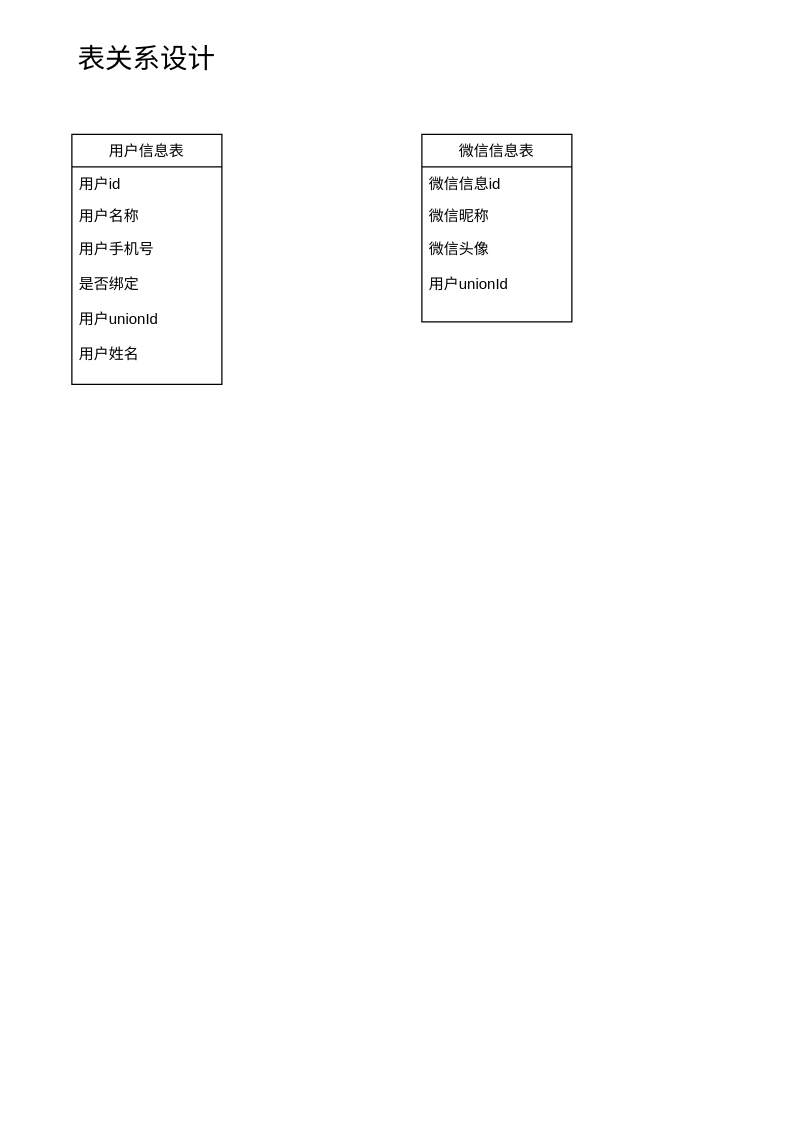
The draw.io diagram Untitled Diagram.drawio in chenrushui/draw, before the edit. Source tidied: cells renumbered, new cells numbered last; positions are measured from the earlier drawing's top-left corner, leaving out a move shared by most shapes. Both pictures are drawn from the tidied source at 125%, with x=0, y=0 at pixel (46, 21).
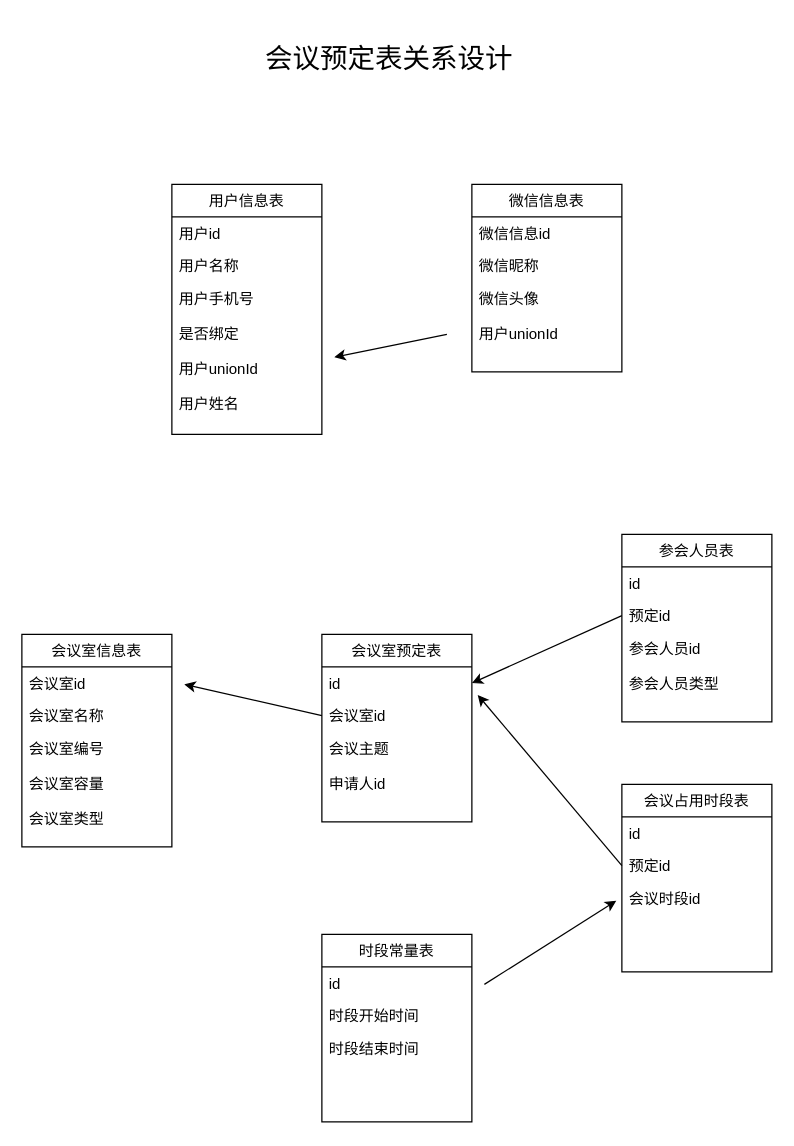
Above is the later version.

Commit message:
表关系设计.drawio

Change to the diagram source:
```diff
@@
-    <mxCell id="2" value="&lt;font style=&quot;font-size: 22px&quot;&gt;表关系设计&lt;/font&gt;" style="text;html=1;strokeColor=none;fillColor=none;align=center;verticalAlign=middle;whiteSpace=wrap;rounded=0;" parent="1" vertex="1">
-      <mxGeometry width="160" height="60" as="geometry" />
+    <mxCell id="2" value="&lt;font style=&quot;font-size: 22px&quot;&gt;会议预定表关系设计&lt;/font&gt;" style="text;html=1;strokeColor=none;fillColor=none;align=center;verticalAlign=middle;whiteSpace=wrap;rounded=0;" parent="1" vertex="1">
+      <mxGeometry x="169" width="210" height="60" as="geometry" />
     </mxCell>
+    <mxCell id="11" style="endArrow=classic;html=1;entryX=1.018;entryY=0.575;entryDx=0;entryDy=0;entryPerimeter=0;" parent="1" edge="1">
+      <mxGeometry relative="1" as="geometry">
+        <mxPoint x="320" y="250" as="sourcePoint" />
+        <mxPoint x="230" y="268.2" as="targetPoint" />
+      </mxGeometry>
+    </mxCell>
+    <mxCell id="12" style="endArrow=classic;html=1;exitX=0;exitY=0.5;exitDx=0;exitDy=0;" parent="1" edge="1">
+      <mxGeometry relative="1" as="geometry">
+        <mxPoint x="220" y="555" as="sourcePoint" />
+        <mxPoint x="110" y="530" as="targetPoint" />
+      </mxGeometry>
+    </mxCell>
+    <mxCell id="13" style="endArrow=classic;html=1;exitX=0;exitY=0.5;exitDx=0;exitDy=0;entryX=1;entryY=0.5;entryDx=0;entryDy=0;" parent="1" edge="1" target="17">
+      <mxGeometry relative="1" as="geometry">
+        <mxPoint x="460" y="475" as="sourcePoint" />
+      </mxGeometry>
+    </mxCell>
+    <mxCell id="14" style="endArrow=classic;html=1;entryX=1.039;entryY=0.862;entryDx=0;entryDy=0;entryPerimeter=0;exitX=0;exitY=0.5;exitDx=0;exitDy=0;" parent="1" edge="1" source="30" target="17">
+      <mxGeometry relative="1" as="geometry" />
+    </mxCell>
+    <mxCell id="15" style="endArrow=classic;html=1;entryX=-0.037;entryY=0.209;entryDx=0;entryDy=0;entryPerimeter=0;" parent="1" edge="1" target="31">
+      <mxGeometry relative="1" as="geometry">
+        <mxPoint x="350" y="770" as="sourcePoint" />
+      </mxGeometry>
+    </mxCell>
+    <mxCell id="16" value="会议室预定表" style="swimlane;fontStyle=0;horizontal=1;startSize=26;fillColor=none;" parent="1" vertex="1">
+      <mxGeometry x="220" y="490" width="120" height="150" as="geometry" />
+    </mxCell>
+    <mxCell id="17" value="id" style="text;strokeColor=none;fillColor=none;align=left;verticalAlign=top;spacingLeft=4;spacingRight=4;overflow=hidden;points=[[0,0.5],[1,0.5]];portConstraint=eastwest;" parent="16" vertex="1">
+      <mxGeometry y="26" width="120" height="26" as="geometry" />
+    </mxCell>
+    <mxCell id="18" value="会议室id" style="text;strokeColor=none;fillColor=none;align=left;verticalAlign=top;spacingLeft=4;spacingRight=4;overflow=hidden;" parent="16" vertex="1">
+      <mxGeometry y="52" width="120" height="26" as="geometry" />
+    </mxCell>
+    <mxCell id="19" value="会议主题&#10;&#10;申请人id" style="text;strokeColor=none;fillColor=none;align=left;verticalAlign=top;spacingLeft=4;spacingRight=4;overflow=hidden;" parent="16" vertex="1">
+      <mxGeometry y="78" width="120" height="72" as="geometry" />
+    </mxCell>
+    <mxCell id="20" value="会议室信息表" style="swimlane;fontStyle=0;horizontal=1;startSize=26;fillColor=none;" parent="1" vertex="1">
+      <mxGeometry x="-20" y="490" width="120" height="170" as="geometry" />
+    </mxCell>
+    <mxCell id="21" value="会议室id" style="text;strokeColor=none;fillColor=none;align=left;verticalAlign=top;spacingLeft=4;spacingRight=4;overflow=hidden;" parent="20" vertex="1">
+      <mxGeometry y="26" width="120" height="26" as="geometry" />
+    </mxCell>
+    <mxCell id="22" value="会议室名称" style="text;strokeColor=none;fillColor=none;align=left;verticalAlign=top;spacingLeft=4;spacingRight=4;overflow=hidden;" parent="20" vertex="1">
+      <mxGeometry y="52" width="120" height="26" as="geometry" />
+    </mxCell>
+    <mxCell id="23" value="会议室编号&#10;&#10;会议室容量&#10;&#10;会议室类型&#10;" style="text;strokeColor=none;fillColor=none;align=left;verticalAlign=top;spacingLeft=4;spacingRight=4;overflow=hidden;" parent="20" vertex="1">
+      <mxGeometry y="78" width="120" height="92" as="geometry" />
+    </mxCell>
+    <mxCell id="24" value="参会人员表" style="swimlane;fontStyle=0;horizontal=1;startSize=26;fillColor=none;" parent="1" vertex="1">
+      <mxGeometry x="460" y="410" width="120" height="150" as="geometry" />
+    </mxCell>
+    <mxCell id="25" value="id" style="text;strokeColor=none;fillColor=none;align=left;verticalAlign=top;spacingLeft=4;spacingRight=4;overflow=hidden;" parent="24" vertex="1">
+      <mxGeometry y="26" width="120" height="26" as="geometry" />
+    </mxCell>
+    <mxCell id="26" value="预定id" style="text;strokeColor=none;fillColor=none;align=left;verticalAlign=top;spacingLeft=4;spacingRight=4;overflow=hidden;" parent="24" vertex="1">
+      <mxGeometry y="52" width="120" height="26" as="geometry" />
+    </mxCell>
+    <mxCell id="27" value="参会人员id&#10;&#10;参会人员类型" style="text;strokeColor=none;fillColor=none;align=left;verticalAlign=top;spacingLeft=4;spacingRight=4;overflow=hidden;" parent="24" vertex="1">
+      <mxGeometry y="78" width="120" height="72" as="geometry" />
+    </mxCell>
     <mxCell id="3" value="用户信息表" style="swimlane;fontStyle=0;horizontal=1;startSize=26;fillColor=none;" parent="1" vertex="1">
-      <mxGeometry x="20" y="90" width="120" height="200" as="geometry" />
+      <mxGeometry x="100" y="130" width="120" height="200" as="geometry" />
     </mxCell>
@@
     <mxCell id="7" value="微信信息表" style="swimlane;fontStyle=0;horizontal=1;startSize=26;fillColor=none;" parent="1" vertex="1">
-      <mxGeometry x="300" y="90" width="120" height="150" as="geometry" />
+      <mxGeometry x="340" y="130" width="120" height="150" as="geometry" />
     </mxCell>
@@
+    <mxCell id="28" value="会议占用时段表" style="swimlane;fontStyle=0;horizontal=1;startSize=26;fillColor=none;" parent="1" vertex="1">
+      <mxGeometry x="460" y="610" width="120" height="150" as="geometry" />
+    </mxCell>
+    <mxCell id="29" value="id" style="text;strokeColor=none;fillColor=none;align=left;verticalAlign=top;spacingLeft=4;spacingRight=4;overflow=hidden;" parent="28" vertex="1">
+      <mxGeometry y="26" width="120" height="26" as="geometry" />
+    </mxCell>
+    <mxCell id="30" value="预定id" style="text;strokeColor=none;fillColor=none;align=left;verticalAlign=top;spacingLeft=4;spacingRight=4;overflow=hidden;points=[[0,0.5],[1,0.5]];portConstraint=eastwest;" parent="28" vertex="1">
+      <mxGeometry y="52" width="120" height="26" as="geometry" />
+    </mxCell>
+    <mxCell id="31" value="会议时段id&#10;" style="text;strokeColor=none;fillColor=none;align=left;verticalAlign=top;spacingLeft=4;spacingRight=4;overflow=hidden;points=[[0,0.5],[1,0.5]];portConstraint=eastwest;" parent="28" vertex="1">
+      <mxGeometry y="78" width="120" height="72" as="geometry" />
+    </mxCell>
+    <mxCell id="32" value="时段常量表" style="swimlane;fontStyle=0;horizontal=1;startSize=26;fillColor=none;" parent="1" vertex="1">
+      <mxGeometry x="220" y="730" width="120" height="150" as="geometry" />
+    </mxCell>
+    <mxCell id="33" value="id" style="text;strokeColor=none;fillColor=none;align=left;verticalAlign=top;spacingLeft=4;spacingRight=4;overflow=hidden;" parent="32" vertex="1">
+      <mxGeometry y="26" width="120" height="26" as="geometry" />
+    </mxCell>
+    <mxCell id="34" value="时段开始时间" style="text;strokeColor=none;fillColor=none;align=left;verticalAlign=top;spacingLeft=4;spacingRight=4;overflow=hidden;" parent="32" vertex="1">
+      <mxGeometry y="52" width="120" height="26" as="geometry" />
+    </mxCell>
+    <mxCell id="35" value="时段结束时间&#10;" style="text;strokeColor=none;fillColor=none;align=left;verticalAlign=top;spacingLeft=4;spacingRight=4;overflow=hidden;" parent="32" vertex="1">
+      <mxGeometry y="78" width="120" height="72" as="geometry" />
+    </mxCell>
```
